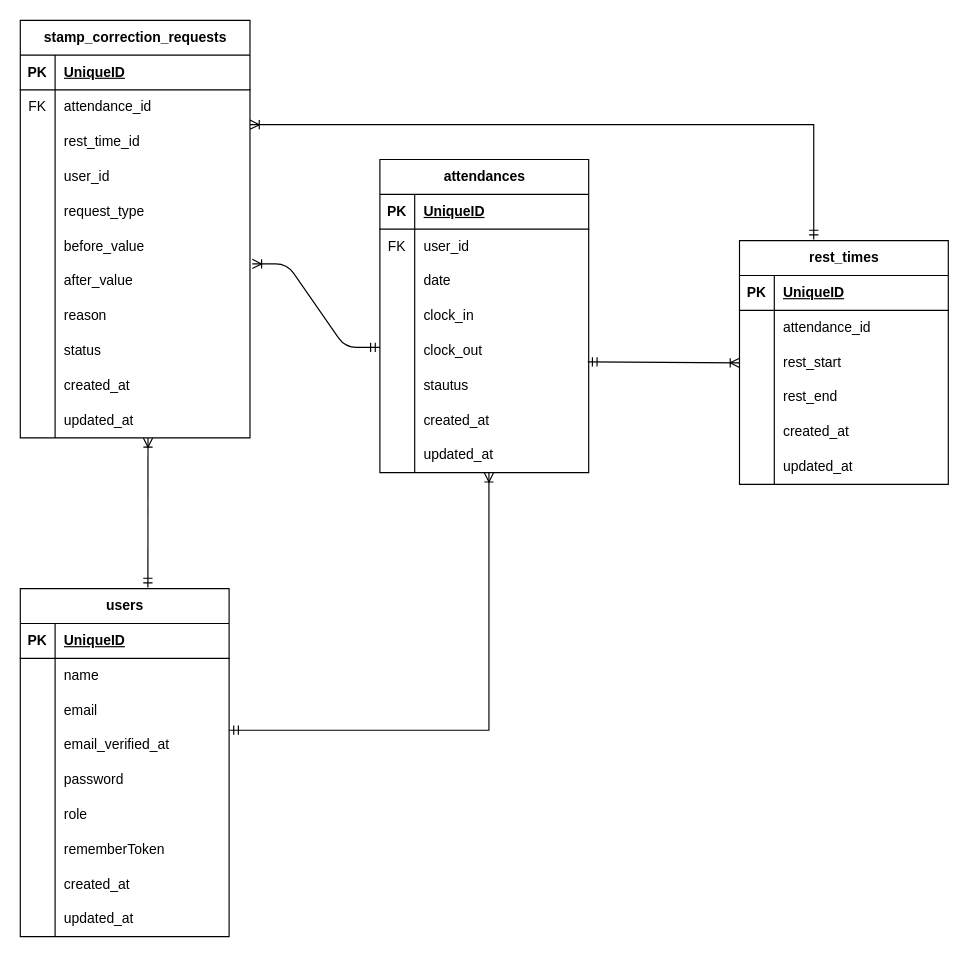
Earlier version of the draw.io diagram er-diagram.drawio (Meg0317/attendance-management). Source tidied: cells renumbered, new cells numbered last; positions are measured from the earlier drawing's top-left corner, leaving out a move shared by most shapes. Both pictures are drawn from the tidied source at 116%, with x=0, y=0 at pixel (20, 20).
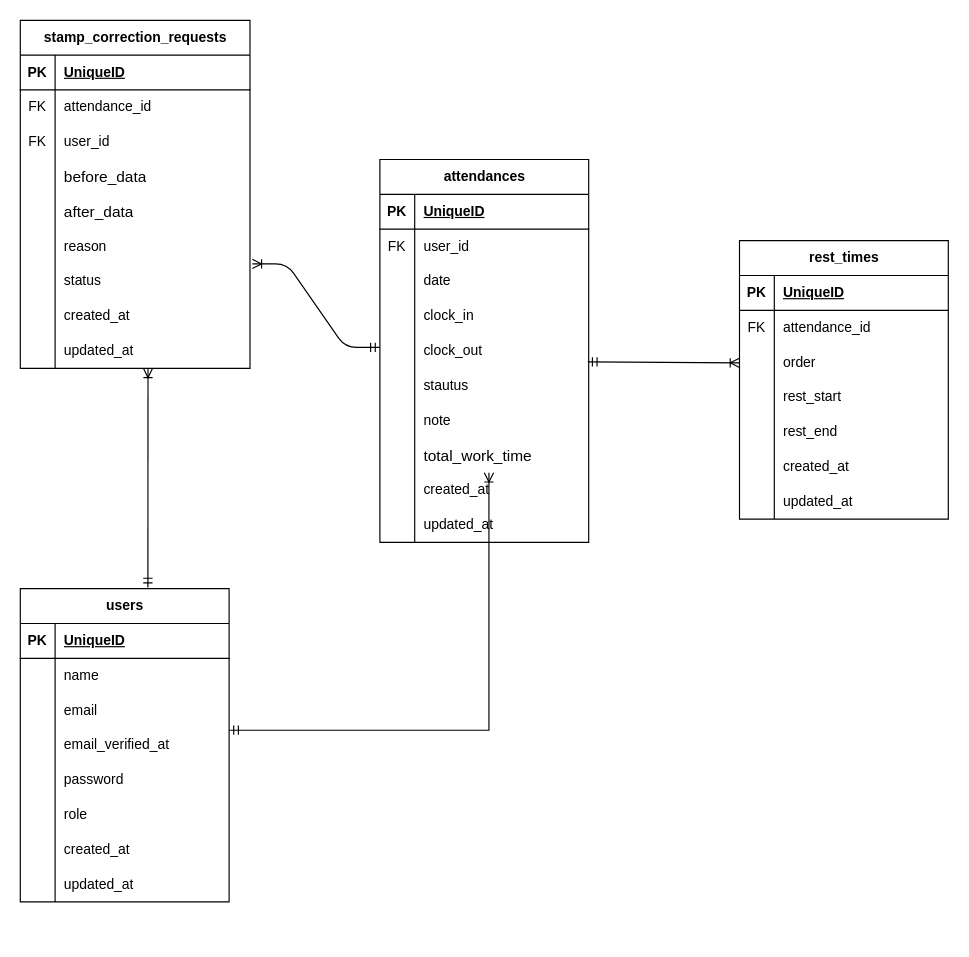
After the change.

The change refers to these unchanged cells:
```xml
<mxCell id="55" style="shape=tableRow;horizontal=0;startSize=0;swimlaneHead=0;swimlaneBody=0;fillColor=none;top=0;left=0;right=0;bottom=0;" parent="36" vertex="1">
  <mxGeometry y="210" width="180" height="30" as="geometry" />
</mxCell>
<mxCell id="58" style="shape=tableRow;horizontal=0;startSize=0;swimlaneHead=0;swimlaneBody=0;fillColor=none;top=0;left=0;right=0;bottom=0;" parent="36" vertex="1">
  <mxGeometry y="240" width="180" height="30" as="geometry" />
</mxCell>
<mxCell id="93" style="shape=tableRow;horizontal=0;startSize=0;swimlaneHead=0;swimlaneBody=0;fillColor=none;top=0;left=0;right=0;bottom=0;" parent="89" vertex="1">
  <mxGeometry y="60" width="180" height="30" as="geometry" />
</mxCell>
<mxCell id="96" style="shape=tableRow;horizontal=0;startSize=0;swimlaneHead=0;swimlaneBody=0;fillColor=none;top=0;left=0;right=0;bottom=0;" parent="89" vertex="1">
  <mxGeometry y="90" width="180" height="30" as="geometry" />
</mxCell>
<mxCell id="99" style="shape=tableRow;horizontal=0;startSize=0;swimlaneHead=0;swimlaneBody=0;fillColor=none;top=0;left=0;right=0;bottom=0;" parent="89" vertex="1">
  <mxGeometry y="120" width="180" height="30" as="geometry" />
</mxCell>
<mxCell id="102" style="shape=tableRow;horizontal=0;startSize=0;swimlaneHead=0;swimlaneBody=0;fillColor=none;top=0;left=0;right=0;bottom=0;" parent="89" vertex="1">
  <mxGeometry y="150" width="180" height="30" as="geometry" />
</mxCell>
<mxCell id="105" style="shape=tableRow;horizontal=0;startSize=0;swimlaneHead=0;swimlaneBody=0;fillColor=none;top=0;left=0;right=0;bottom=0;" parent="89" vertex="1">
  <mxGeometry y="180" width="180" height="30" as="geometry" />
</mxCell>
```

What changed in the source:
```diff
@@
     <mxCell id="2" value="stamp_correction_requests" style="shape=table;startSize=30;childLayout=tableLayout;rowLines=0;fontStyle=1;align=center;html=1;" parent="1" vertex="1">
-      <mxGeometry width="198" height="360" as="geometry" />
+      <mxGeometry width="198" height="300" as="geometry" />
     </mxCell>
@@
-    <mxCell id="9" style="shape=tableRow;horizontal=0;startSize=0;swimlaneHead=0;swimlaneBody=0;fillColor=none;top=0;left=0;right=0;bottom=0;" parent="2" vertex="1">
-      <mxGeometry y="90" width="198" height="30" as="geometry" />
-    </mxCell>
-    <mxCell id="10" style="shape=partialRectangle;fillColor=none;top=0;left=0;bottom=0;right=0;overflow=hidden;whiteSpace=wrap;html=1;" parent="9" vertex="1">
-      <mxGeometry width="30" height="30" as="geometry" />
-    </mxCell>
-    <mxCell id="11" value="&lt;span style=&quot;color: rgb(0, 0, 0);&quot;&gt;rest_time_id&lt;/span&gt;" style="shape=partialRectangle;fillColor=none;top=0;left=0;bottom=0;right=0;align=left;spacingLeft=6;overflow=hidden;whiteSpace=wrap;html=1;" parent="9" vertex="1">
-      <mxGeometry x="30" width="168" height="30" as="geometry" />
-    </mxCell>
     <mxCell id="12" style="shape=tableRow;horizontal=0;startSize=0;swimlaneHead=0;swimlaneBody=0;fillColor=none;top=0;left=0;right=0;bottom=0;" parent="2" vertex="1">
-      <mxGeometry y="120" width="198" height="30" as="geometry" />
+      <mxGeometry y="90" width="198" height="30" as="geometry" />
     </mxCell>
-    <mxCell id="13" style="shape=partialRectangle;fillColor=none;top=0;left=0;bottom=0;right=0;overflow=hidden;whiteSpace=wrap;html=1;" parent="12" vertex="1">
+    <mxCell id="13" value="FK" style="shape=partialRectangle;fillColor=none;top=0;left=0;bottom=0;right=0;overflow=hidden;whiteSpace=wrap;html=1;" parent="12" vertex="1">
       <mxGeometry width="30" height="30" as="geometry" />
     </mxCell>
@@
     <mxCell id="15" style="shape=tableRow;horizontal=0;startSize=0;swimlaneHead=0;swimlaneBody=0;fillColor=none;top=0;left=0;right=0;bottom=0;" parent="2" vertex="1">
-      <mxGeometry y="150" width="198" height="30" as="geometry" />
+      <mxGeometry y="120" width="198" height="30" as="geometry" />
     </mxCell>
@@
-    <mxCell id="17" value="&lt;span style=&quot;color: rgb(0, 0, 0);&quot;&gt;request_type&lt;/span&gt;" style="shape=partialRectangle;fillColor=none;top=0;left=0;bottom=0;right=0;align=left;spacingLeft=6;overflow=hidden;whiteSpace=wrap;html=1;" parent="15" vertex="1">
+    <mxCell id="17" value="&lt;span style=&quot;color: rgb(0, 0, 0); font-size: 10pt; font-family: Arial;&quot;&gt;before_data&lt;/span&gt;" style="shape=partialRectangle;fillColor=none;top=0;left=0;bottom=0;right=0;align=left;spacingLeft=6;overflow=hidden;whiteSpace=wrap;html=1;" parent="15" vertex="1">
       <mxGeometry x="30" width="168" height="30" as="geometry" />
     </mxCell>
     <mxCell id="18" style="shape=tableRow;horizontal=0;startSize=0;swimlaneHead=0;swimlaneBody=0;fillColor=none;top=0;left=0;right=0;bottom=0;" parent="2" vertex="1">
-      <mxGeometry y="180" width="198" height="30" as="geometry" />
+      <mxGeometry y="150" width="198" height="30" as="geometry" />
     </mxCell>
@@
-    <mxCell id="20" value="&lt;span style=&quot;color: rgb(0, 0, 0);&quot;&gt;before_value&lt;/span&gt;" style="shape=partialRectangle;fillColor=none;top=0;left=0;bottom=0;right=0;align=left;spacingLeft=6;overflow=hidden;whiteSpace=wrap;html=1;" parent="18" vertex="1">
+    <mxCell id="20" value="&lt;span style=&quot;color: rgb(0, 0, 0); font-size: 10pt; font-family: Arial;&quot;&gt;after_data&lt;/span&gt;" style="shape=partialRectangle;fillColor=none;top=0;left=0;bottom=0;right=0;align=left;spacingLeft=6;overflow=hidden;whiteSpace=wrap;html=1;" parent="18" vertex="1">
       <mxGeometry x="30" width="168" height="30" as="geometry" />
     </mxCell>
-    <mxCell id="21" style="shape=tableRow;horizontal=0;startSize=0;swimlaneHead=0;swimlaneBody=0;fillColor=none;top=0;left=0;right=0;bottom=0;" parent="2" vertex="1">
-      <mxGeometry y="210" width="198" height="30" as="geometry" />
-    </mxCell>
-    <mxCell id="22" style="shape=partialRectangle;fillColor=none;top=0;left=0;bottom=0;right=0;overflow=hidden;whiteSpace=wrap;html=1;" parent="21" vertex="1">
-      <mxGeometry width="30" height="30" as="geometry" />
-    </mxCell>
-    <mxCell id="23" value="&lt;span style=&quot;color: rgb(0, 0, 0);&quot;&gt;after_value&lt;/span&gt;" style="shape=partialRectangle;fillColor=none;top=0;left=0;bottom=0;right=0;align=left;spacingLeft=6;overflow=hidden;whiteSpace=wrap;html=1;" parent="21" vertex="1">
-      <mxGeometry x="30" width="168" height="30" as="geometry" />
-    </mxCell>
     <mxCell id="24" style="shape=tableRow;horizontal=0;startSize=0;swimlaneHead=0;swimlaneBody=0;fillColor=none;top=0;left=0;right=0;bottom=0;" parent="2" vertex="1">
-      <mxGeometry y="240" width="198" height="30" as="geometry" />
+      <mxGeometry y="180" width="198" height="30" as="geometry" />
     </mxCell>
@@
     <mxCell id="27" style="shape=tableRow;horizontal=0;startSize=0;swimlaneHead=0;swimlaneBody=0;fillColor=none;top=0;left=0;right=0;bottom=0;" parent="2" vertex="1">
-      <mxGeometry y="270" width="198" height="30" as="geometry" />
+      <mxGeometry y="210" width="198" height="30" as="geometry" />
     </mxCell>
@@
     <mxCell id="30" style="shape=tableRow;horizontal=0;startSize=0;swimlaneHead=0;swimlaneBody=0;fillColor=none;top=0;left=0;right=0;bottom=0;" parent="2" vertex="1">
-      <mxGeometry y="300" width="198" height="30" as="geometry" />
+      <mxGeometry y="240" width="198" height="30" as="geometry" />
     </mxCell>
@@
     <mxCell id="33" style="shape=tableRow;horizontal=0;startSize=0;swimlaneHead=0;swimlaneBody=0;fillColor=none;points=[[0,0.5],[1,0.5]];portConstraint=eastwest;top=0;left=0;right=0;bottom=0;" parent="2" vertex="1">
-      <mxGeometry y="330" width="198" height="30" as="geometry" />
+      <mxGeometry y="270" width="198" height="30" as="geometry" />
     </mxCell>
@@
     <mxCell id="36" value="attendances" style="shape=table;startSize=30;childLayout=tableLayout;rowLines=0;fontStyle=1;align=center;html=1;" parent="1" vertex="1">
-      <mxGeometry x="310" y="120" width="180" height="270" as="geometry" />
+      <mxGeometry x="310" y="120" width="180" height="330" as="geometry" />
     </mxCell>
@@
-    <mxCell id="57" value="created_at" style="shape=partialRectangle;fillColor=none;top=0;left=0;bottom=0;right=0;align=left;spacingLeft=6;overflow=hidden;whiteSpace=wrap;html=1;" parent="55" vertex="1">
+    <mxCell id="57" value="note" style="shape=partialRectangle;fillColor=none;top=0;left=0;bottom=0;right=0;align=left;spacingLeft=6;overflow=hidden;whiteSpace=wrap;html=1;" parent="55" vertex="1">
       <mxGeometry x="30" width="150" height="30" as="geometry" />
     </mxCell>
@@
-    <mxCell id="60" value="&lt;span style=&quot;color: rgb(0, 0, 0);&quot;&gt;updated_at&lt;/span&gt;" style="shape=partialRectangle;fillColor=none;top=0;left=0;bottom=0;right=0;align=left;spacingLeft=6;overflow=hidden;whiteSpace=wrap;html=1;" parent="58" vertex="1">
+    <mxCell id="60" value="&lt;span style=&quot;color: rgb(0, 0, 0); font-size: 10pt; font-family: Arial;&quot;&gt;total_work_time&lt;/span&gt;" style="shape=partialRectangle;fillColor=none;top=0;left=0;bottom=0;right=0;align=left;spacingLeft=6;overflow=hidden;whiteSpace=wrap;html=1;" parent="58" vertex="1">
       <mxGeometry x="30" width="150" height="30" as="geometry" />
     </mxCell>
+    <mxCell id="112" style="shape=tableRow;horizontal=0;startSize=0;swimlaneHead=0;swimlaneBody=0;fillColor=none;top=0;left=0;right=0;bottom=0;" parent="36" vertex="1">
+      <mxGeometry y="270" width="180" height="30" as="geometry" />
+    </mxCell>
+    <mxCell id="113" style="shape=partialRectangle;fillColor=none;top=0;left=0;bottom=0;right=0;overflow=hidden;whiteSpace=wrap;html=1;" parent="112" vertex="1">
+      <mxGeometry width="30" height="30" as="geometry" />
+    </mxCell>
+    <mxCell id="114" value="created_at" style="shape=partialRectangle;fillColor=none;top=0;left=0;bottom=0;right=0;align=left;spacingLeft=6;overflow=hidden;whiteSpace=wrap;html=1;" parent="112" vertex="1">
+      <mxGeometry x="30" width="150" height="30" as="geometry" />
+    </mxCell>
+    <mxCell id="115" style="shape=tableRow;horizontal=0;startSize=0;swimlaneHead=0;swimlaneBody=0;fillColor=none;top=0;left=0;right=0;bottom=0;" parent="36" vertex="1">
+      <mxGeometry y="300" width="180" height="30" as="geometry" />
+    </mxCell>
+    <mxCell id="116" style="shape=partialRectangle;fillColor=none;top=0;left=0;bottom=0;right=0;overflow=hidden;whiteSpace=wrap;html=1;" parent="115" vertex="1">
+      <mxGeometry width="30" height="30" as="geometry" />
+    </mxCell>
+    <mxCell id="117" value="&lt;span style=&quot;color: rgb(0, 0, 0);&quot;&gt;updated_at&lt;/span&gt;" style="shape=partialRectangle;fillColor=none;top=0;left=0;bottom=0;right=0;align=left;spacingLeft=6;overflow=hidden;whiteSpace=wrap;html=1;" parent="115" vertex="1">
+      <mxGeometry x="30" width="150" height="30" as="geometry" />
+    </mxCell>
     <mxCell id="61" value="users" style="shape=table;startSize=30;childLayout=tableLayout;rowLines=0;fontStyle=1;align=center;html=1;" parent="1" vertex="1">
-      <mxGeometry y="490" width="180" height="300" as="geometry" />
+      <mxGeometry y="490" width="180" height="270" as="geometry" />
     </mxCell>
@@
-    <mxCell id="80" style="shape=tableRow;horizontal=0;startSize=0;swimlaneHead=0;swimlaneBody=0;fillColor=none;top=0;left=0;right=0;bottom=0;" parent="61" vertex="1">
-      <mxGeometry y="210" width="180" height="30" as="geometry" />
-    </mxCell>
-    <mxCell id="81" style="shape=partialRectangle;fillColor=none;top=0;left=0;bottom=0;right=0;overflow=hidden;whiteSpace=wrap;html=1;" parent="80" vertex="1">
-      <mxGeometry width="30" height="30" as="geometry" />
-    </mxCell>
-    <mxCell id="82" value="&lt;span style=&quot;color: rgb(0, 0, 0);&quot;&gt;rememberToken&lt;/span&gt;" style="shape=partialRectangle;fillColor=none;top=0;left=0;bottom=0;right=0;align=left;spacingLeft=6;overflow=hidden;whiteSpace=wrap;html=1;" parent="80" vertex="1">
-      <mxGeometry x="30" width="150" height="30" as="geometry" />
-    </mxCell>
     <mxCell id="83" style="shape=tableRow;horizontal=0;startSize=0;swimlaneHead=0;swimlaneBody=0;fillColor=none;top=0;left=0;right=0;bottom=0;" parent="61" vertex="1">
-      <mxGeometry y="240" width="180" height="30" as="geometry" />
+      <mxGeometry y="210" width="180" height="30" as="geometry" />
     </mxCell>
@@
     <mxCell id="86" style="shape=tableRow;horizontal=0;startSize=0;swimlaneHead=0;swimlaneBody=0;fillColor=none;top=0;left=0;right=0;bottom=0;" parent="61" vertex="1">
-      <mxGeometry y="270" width="180" height="30" as="geometry" />
+      <mxGeometry y="240" width="180" height="30" as="geometry" />
     </mxCell>
@@
     <mxCell id="89" value="rest_times" style="shape=table;startSize=30;childLayout=tableLayout;rowLines=0;fontStyle=1;align=center;html=1;" parent="1" vertex="1">
-      <mxGeometry x="620" y="190" width="180" height="210" as="geometry" />
+      <mxGeometry x="620" y="190" width="180" height="240" as="geometry" />
     </mxCell>
@@
-    <mxCell id="94" style="shape=partialRectangle;fillColor=none;top=0;left=0;bottom=0;right=0;overflow=hidden;whiteSpace=wrap;html=1;" parent="93" vertex="1">
+    <mxCell id="94" value="FK" style="shape=partialRectangle;fillColor=none;top=0;left=0;bottom=0;right=0;overflow=hidden;whiteSpace=wrap;html=1;" parent="93" vertex="1">
       <mxGeometry width="30" height="30" as="geometry" />
     </mxCell>
@@
-    <mxCell id="98" value="rest_start" style="shape=partialRectangle;fillColor=none;top=0;left=0;bottom=0;right=0;align=left;spacingLeft=6;overflow=hidden;whiteSpace=wrap;html=1;" parent="96" vertex="1">
+    <mxCell id="98" value="order" style="shape=partialRectangle;fillColor=none;top=0;left=0;bottom=0;right=0;align=left;spacingLeft=6;overflow=hidden;whiteSpace=wrap;html=1;" parent="96" vertex="1">
       <mxGeometry x="30" width="150" height="30" as="geometry" />
     </mxCell>
@@
-    <mxCell id="101" value="&lt;span style=&quot;color: rgb(0, 0, 0);&quot;&gt;rest_end&amp;nbsp;&lt;/span&gt;" style="shape=partialRectangle;fillColor=none;top=0;left=0;bottom=0;right=0;align=left;spacingLeft=6;overflow=hidden;whiteSpace=wrap;html=1;" parent="99" vertex="1">
+    <mxCell id="101" value="&lt;span style=&quot;color: rgb(0, 0, 0);&quot;&gt;rest_start&lt;/span&gt;" style="shape=partialRectangle;fillColor=none;top=0;left=0;bottom=0;right=0;align=left;spacingLeft=6;overflow=hidden;whiteSpace=wrap;html=1;" parent="99" vertex="1">
       <mxGeometry x="30" width="150" height="30" as="geometry" />
     </mxCell>
@@
-    <mxCell id="104" value="&lt;span style=&quot;color: rgb(0, 0, 0);&quot;&gt;created_at&lt;/span&gt;" style="shape=partialRectangle;fillColor=none;top=0;left=0;bottom=0;right=0;align=left;spacingLeft=6;overflow=hidden;whiteSpace=wrap;html=1;" parent="102" vertex="1">
+    <mxCell id="104" value="&lt;span style=&quot;color: rgb(0, 0, 0);&quot;&gt;rest_end&amp;nbsp;&lt;/span&gt;" style="shape=partialRectangle;fillColor=none;top=0;left=0;bottom=0;right=0;align=left;spacingLeft=6;overflow=hidden;whiteSpace=wrap;html=1;" parent="102" vertex="1">
       <mxGeometry x="30" width="150" height="30" as="geometry" />
     </mxCell>
@@
-    <mxCell id="107" value="updated_at" style="shape=partialRectangle;fillColor=none;top=0;left=0;bottom=0;right=0;align=left;spacingLeft=6;overflow=hidden;whiteSpace=wrap;html=1;" parent="105" vertex="1">
+    <mxCell id="107" value="&lt;span style=&quot;color: rgb(0, 0, 0);&quot;&gt;created_at&lt;/span&gt;" style="shape=partialRectangle;fillColor=none;top=0;left=0;bottom=0;right=0;align=left;spacingLeft=6;overflow=hidden;whiteSpace=wrap;html=1;" parent="105" vertex="1">
       <mxGeometry x="30" width="150" height="30" as="geometry" />
     </mxCell>
+    <mxCell id="80" style="shape=tableRow;horizontal=0;startSize=0;swimlaneHead=0;swimlaneBody=0;fillColor=none;top=0;left=0;right=0;bottom=0;" parent="89" vertex="1">
+      <mxGeometry y="210" width="180" height="30" as="geometry" />
+    </mxCell>
+    <mxCell id="118" style="shape=partialRectangle;fillColor=none;top=0;left=0;bottom=0;right=0;overflow=hidden;whiteSpace=wrap;html=1;" parent="80" vertex="1">
+      <mxGeometry width="30" height="30" as="geometry" />
+    </mxCell>
+    <mxCell id="119" value="updated_at" style="shape=partialRectangle;fillColor=none;top=0;left=0;bottom=0;right=0;align=left;spacingLeft=6;overflow=hidden;whiteSpace=wrap;html=1;" parent="80" vertex="1">
+      <mxGeometry x="30" width="150" height="30" as="geometry" />
+    </mxCell>
@@
-    <mxCell id="112" style="endArrow=ERmandOne;html=1;rounded=0;startArrow=ERoneToMany;startFill=0;endFill=0;exitX=1.007;exitY=0.2;exitDx=0;exitDy=0;exitPerimeter=0;entryX=0.25;entryY=0;entryDx=0;entryDy=0;" parent="1" edge="1">
-      <mxGeometry relative="1" as="geometry">
-        <mxPoint x="198" y="90" as="sourcePoint" />
-        <mxPoint x="684" y="189" as="targetPoint" />
-        <Array as="points">
-          <mxPoint x="684" y="90" />
-        </Array>
-      </mxGeometry>
-    </mxCell>
```
